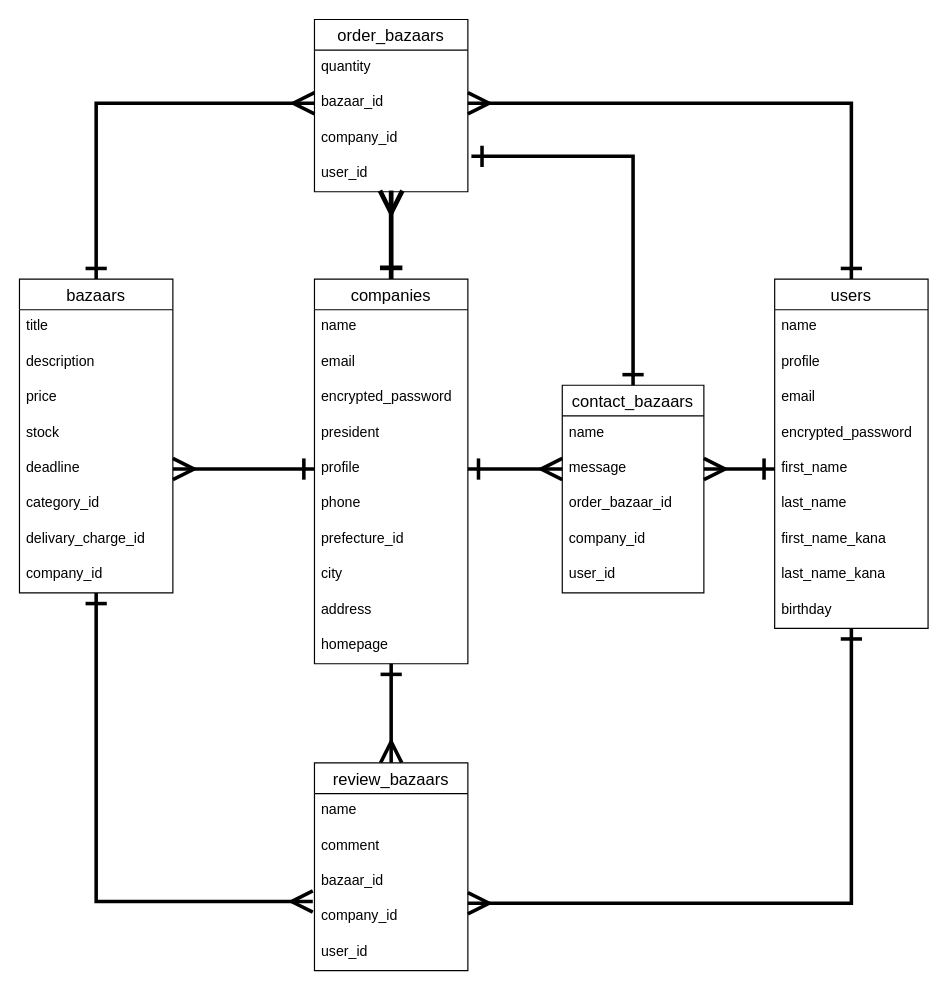
This is DB_ER_Buzaar.dio from Sashimi0343/losstop, a draw.io file, before an edit. Source tidied: cells renumbered, new cells numbered last; positions are measured from the earlier drawing's top-left corner, leaving out a move shared by most shapes. Both pictures are drawn from the tidied source at 118%, with x=0, y=0 at pixel (19, 19).
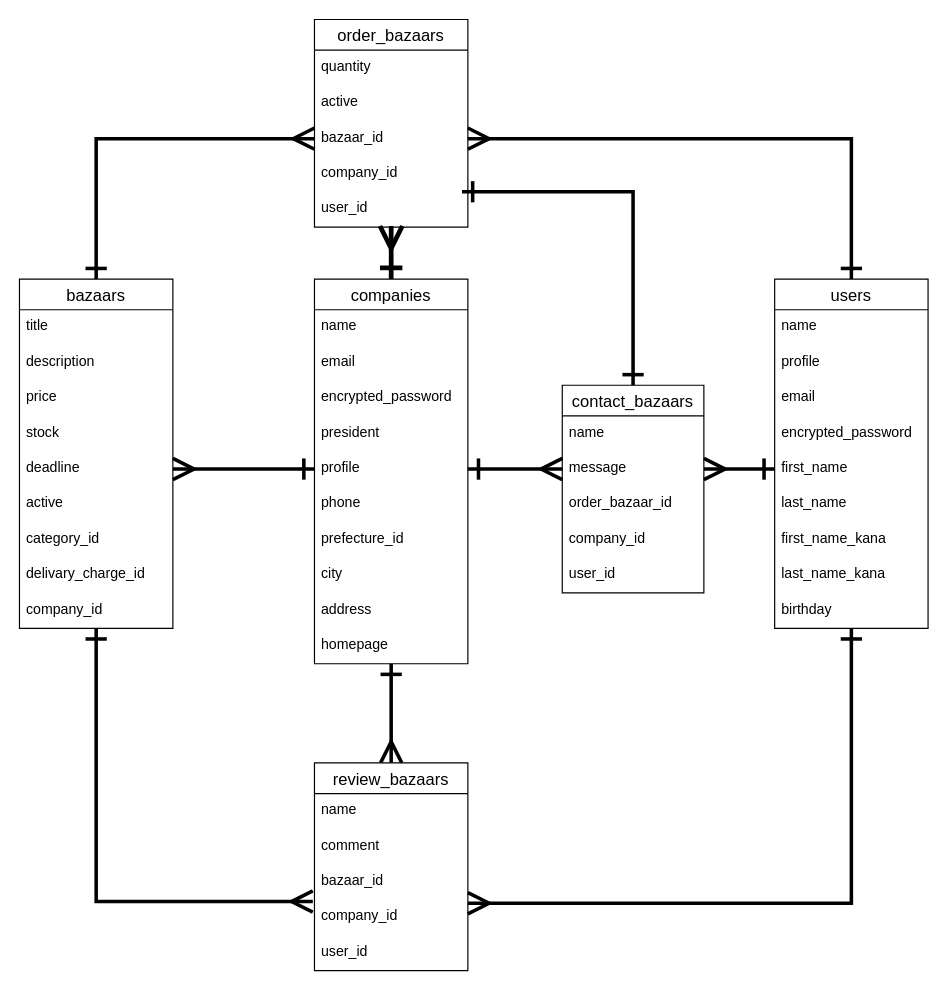
The same page after the edit.

The change refers to these unchanged cells:
```xml
<mxCell id="9" value="profile" style="text;strokeColor=none;fillColor=none;spacingLeft=4;spacingRight=4;overflow=hidden;points=[[0,0.5],[1,0.5]];portConstraint=eastwest;fontSize=12;" parent="4" vertex="1">
  <mxGeometry y="146" width="130" height="30" as="geometry" />
</mxCell>
<mxCell id="15" value="contact_bazaars" style="swimlane;fontStyle=0;horizontal=1;startSize=26;align=center;fontSize=14;" parent="1" vertex="1">
  <mxGeometry x="460" y="310" width="120" height="176" as="geometry" />
</mxCell>
```

What changed in the source:
```diff
@@
-    <mxCell id="39" style="edgeStyle=orthogonalEdgeStyle;rounded=0;jettySize=auto;html=1;entryX=0.5;entryY=0;entryDx=0;entryDy=0;startArrow=ERone;startFill=0;endArrow=ERone;endFill=0;strokeWidth=3;endSize=14;startSize=14;exitX=1.023;exitY=0;exitDx=0;exitDy=0;exitPerimeter=0;" parent="1" edge="1" source="44" target="15">
+    <mxCell id="39" style="edgeStyle=orthogonalEdgeStyle;rounded=0;jettySize=auto;html=1;entryX=0.5;entryY=0;entryDx=0;entryDy=0;startArrow=ERone;startFill=0;endArrow=ERone;endFill=0;strokeWidth=3;endSize=14;startSize=14;exitX=0.962;exitY=0;exitDx=0;exitDy=0;exitPerimeter=0;" parent="1" edge="1" source="44" target="15">
       <mxGeometry relative="1" as="geometry">
         <Array as="points">
-          <mxPoint x="520" y="116" />
+          <mxPoint x="520" y="146" />
         </Array>
       </mxGeometry>
     </mxCell>
     <mxCell id="40" value="order_bazaars" style="swimlane;fontStyle=0;horizontal=1;startSize=26;align=center;fontSize=14;" parent="1" vertex="1">
-      <mxGeometry x="250" width="130" height="146" as="geometry" />
+      <mxGeometry x="250" width="130" height="176" as="geometry" />
     </mxCell>
+    <mxCell id="59" value="quantity" style="text;strokeColor=none;fillColor=none;spacingLeft=4;spacingRight=4;overflow=hidden;fontSize=12;" parent="40" vertex="1">
+      <mxGeometry y="26" width="130" height="30" as="geometry" />
+    </mxCell>
-    <mxCell id="41" value="quantity" style="text;strokeColor=none;fillColor=none;spacingLeft=4;spacingRight=4;overflow=hidden;fontSize=12;" parent="40" vertex="1">
-      <mxGeometry y="26" width="130" height="30" as="geometry" />
+    <mxCell id="41" value="active" style="text;strokeColor=none;fillColor=none;spacingLeft=4;spacingRight=4;overflow=hidden;fontSize=12;" parent="40" vertex="1">
+      <mxGeometry y="56" width="130" height="30" as="geometry" />
     </mxCell>
     <mxCell id="42" value="bazaar_id" style="text;strokeColor=none;fillColor=none;spacingLeft=4;spacingRight=4;overflow=hidden;points=[[0,0.5],[1,0.5]];portConstraint=eastwest;fontSize=12;" parent="40" vertex="1">
-      <mxGeometry y="56" width="130" height="30" as="geometry" />
+      <mxGeometry y="86" width="130" height="30" as="geometry" />
     </mxCell>
     <mxCell id="43" value="company_id" style="text;strokeColor=none;fillColor=none;spacingLeft=4;spacingRight=4;overflow=hidden;fontSize=12;" parent="40" vertex="1">
-      <mxGeometry y="86" width="130" height="30" as="geometry" />
+      <mxGeometry y="116" width="130" height="30" as="geometry" />
     </mxCell>
     <mxCell id="44" value="user_id" style="text;strokeColor=none;fillColor=none;spacingLeft=4;spacingRight=4;overflow=hidden;points=[[0,0.5],[1,0.5]];portConstraint=eastwest;fontSize=12;" parent="40" vertex="1">
-      <mxGeometry y="116" width="130" height="30" as="geometry" />
+      <mxGeometry y="146" width="130" height="30" as="geometry" />
     </mxCell>
@@
     <mxCell id="47" value="bazaars" style="swimlane;fontStyle=0;horizontal=1;startSize=26;align=center;fontSize=14;" parent="1" vertex="1">
-      <mxGeometry y="220" width="130" height="266" as="geometry" />
+      <mxGeometry y="220" width="130" height="296" as="geometry" />
     </mxCell>
@@
+    <mxCell id="60" value="deadline" style="text;strokeColor=none;fillColor=none;spacingLeft=4;spacingRight=4;overflow=hidden;points=[[0,0.5],[1,0.5]];portConstraint=eastwest;fontSize=12;" parent="47" vertex="1">
+      <mxGeometry y="146" width="130" height="30" as="geometry" />
+    </mxCell>
-    <mxCell id="52" value="deadline" style="text;strokeColor=none;fillColor=none;spacingLeft=4;spacingRight=4;overflow=hidden;points=[[0,0.5],[1,0.5]];portConstraint=eastwest;fontSize=12;" parent="47" vertex="1">
-      <mxGeometry y="146" width="130" height="30" as="geometry" />
+    <mxCell id="52" value="active" style="text;strokeColor=none;fillColor=none;spacingLeft=4;spacingRight=4;overflow=hidden;points=[[0,0.5],[1,0.5]];portConstraint=eastwest;fontSize=12;" parent="47" vertex="1">
+      <mxGeometry y="176" width="130" height="30" as="geometry" />
     </mxCell>
     <mxCell id="53" value="category_id" style="text;strokeColor=none;fillColor=none;spacingLeft=4;spacingRight=4;overflow=hidden;fontSize=12;" parent="47" vertex="1">
-      <mxGeometry y="176" width="130" height="30" as="geometry" />
+      <mxGeometry y="206" width="130" height="30" as="geometry" />
     </mxCell>
     <mxCell id="54" value="delivary_charge_id" style="text;strokeColor=none;fillColor=none;spacingLeft=4;spacingRight=4;overflow=hidden;fontSize=12;" parent="47" vertex="1">
-      <mxGeometry y="206" width="130" height="30" as="geometry" />
+      <mxGeometry y="236" width="130" height="30" as="geometry" />
     </mxCell>
     <mxCell id="55" value="company_id" style="text;strokeColor=none;fillColor=none;spacingLeft=4;spacingRight=4;overflow=hidden;fontSize=12;" parent="47" vertex="1">
-      <mxGeometry y="236" width="130" height="30" as="geometry" />
+      <mxGeometry y="266" width="130" height="30" as="geometry" />
     </mxCell>
-    <mxCell id="56" style="edgeStyle=orthogonalEdgeStyle;rounded=0;jettySize=auto;html=1;exitX=0;exitY=0.5;exitDx=0;exitDy=0;startArrow=ERone;startFill=0;endArrow=ERmany;endFill=0;entryX=1;entryY=0.5;entryDx=0;entryDy=0;jumpSize=6;endSize=14;startSize=14;strokeWidth=3;" parent="1" edge="1" source="9" target="52">
+    <mxCell id="56" style="edgeStyle=orthogonalEdgeStyle;rounded=0;jettySize=auto;html=1;exitX=0;exitY=0.5;exitDx=0;exitDy=0;startArrow=ERone;startFill=0;endArrow=ERmany;endFill=0;entryX=1;entryY=0.5;entryDx=0;entryDy=0;jumpSize=6;endSize=14;startSize=14;strokeWidth=3;" parent="1" edge="1" source="9" target="60">
       <mxGeometry relative="1" as="geometry" />
     </mxCell>
```
